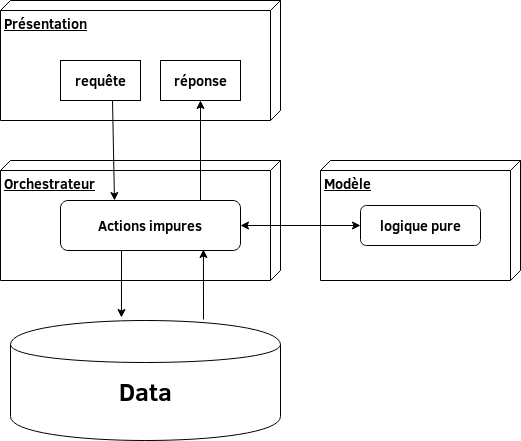
The draw.io diagram fr/fp/img/3pure.png in CexJ/slides-fr-fp, before a commit. Source tidied: cells renumbered, new cells last; positions are measured from the earlier drawing's top-left corner, leaving out a move shared by most shapes. Source of this version:
```xml
<mxGraphModel background="#ffffff">
  <root>
    <mxCell id="0" />
    <mxCell id="1" parent="0" />
    <mxCell id="2" value="&lt;font style=&quot;font-size: 14px&quot;&gt;&lt;b&gt;Présentation&lt;/b&gt;&lt;/font&gt;" style="verticalAlign=top;align=left;spacingTop=8;spacingLeft=2;spacingRight=12;shape=cube;size=10;direction=south;fontStyle=4;html=1;rounded=0;shadow=0;comic=0;labelBackgroundColor=none;strokeWidth=1;fontFamily=Verdana;fontSize=12;" parent="1" vertex="1">
      <mxGeometry width="280" height="120" as="geometry" />
    </mxCell>
    <mxCell id="3" value="&lt;font style=&quot;font-size: 14px&quot;&gt;&lt;b&gt;&lt;span class=&quot;tlid-translation translation&quot; lang=&quot;fr&quot;&gt;Orchestrateur&lt;/span&gt;&lt;span class=&quot;tlid-translation-gender-indicator translation-gender-indicator&quot;&gt;&lt;/span&gt;&lt;/b&gt;&lt;/font&gt;" style="verticalAlign=top;align=left;spacingTop=8;spacingLeft=2;spacingRight=12;shape=cube;size=10;direction=south;fontStyle=4;html=1;rounded=0;shadow=0;comic=0;labelBackgroundColor=none;strokeWidth=1;fontFamily=Verdana;fontSize=12;" parent="1" vertex="1">
      <mxGeometry y="160" width="280" height="120" as="geometry" />
    </mxCell>
    <mxCell id="4" value="&lt;font style=&quot;font-size: 14px&quot;&gt;&lt;b&gt;&lt;span class=&quot;tlid-translation translation&quot; lang=&quot;fr&quot;&gt;&lt;span title=&quot;&quot; class=&quot;alt-edited&quot;&gt;requête&lt;/span&gt;&lt;/span&gt;&lt;/b&gt;&lt;/font&gt;" style="rounded=0;whiteSpace=wrap;html=1;" parent="1" vertex="1">
      <mxGeometry x="60" y="60" width="80" height="40" as="geometry" />
    </mxCell>
    <mxCell id="5" value="&lt;font size=&quot;1&quot;&gt;&lt;b&gt;&lt;span class=&quot;tlid-translation translation&quot; lang=&quot;fr&quot;&gt;&lt;span title=&quot;&quot; class=&quot;alt-edited&quot; style=&quot;font-size: 14px&quot;&gt;réponse&lt;/span&gt;&lt;/span&gt;&lt;/b&gt;&lt;/font&gt;" style="rounded=0;whiteSpace=wrap;html=1;" parent="1" vertex="1">
      <mxGeometry x="160" y="60" width="80" height="40" as="geometry" />
    </mxCell>
    <mxCell id="6" value="&lt;font size=&quot;1&quot;&gt;&lt;b style=&quot;font-size: 14px&quot;&gt;Actions impures&lt;/b&gt;&lt;/font&gt;" style="rounded=1;whiteSpace=wrap;html=1;" parent="1" vertex="1">
      <mxGeometry x="60" y="200" width="180" height="50" as="geometry" />
    </mxCell>
    <mxCell id="7" style="endArrow=classic;html=1;entryX=0.411;entryY=-0.025;entryDx=0;entryDy=0;entryPerimeter=0;" parent="1" edge="1" target="8">
      <mxGeometry relative="1" as="geometry">
        <mxPoint x="121" y="250" as="sourcePoint" />
      </mxGeometry>
    </mxCell>
    <mxCell id="8" value="&lt;div&gt;&lt;font size=&quot;1&quot;&gt;&lt;b style=&quot;font-size: 25px&quot;&gt;Data&lt;/b&gt;&lt;/font&gt;&lt;/div&gt;&lt;div&gt;&lt;br&gt;&lt;/div&gt;" style="shape=cylinder;whiteSpace=wrap;html=1;boundedLbl=1;backgroundOutline=1;" parent="1" vertex="1">
      <mxGeometry x="10" y="320" width="270" height="120" as="geometry" />
    </mxCell>
    <mxCell id="9" style="endArrow=classic;html=1;entryX=0.794;entryY=0.98;entryDx=0;entryDy=0;entryPerimeter=0;" parent="1" edge="1" target="6">
      <mxGeometry relative="1" as="geometry">
        <mxPoint x="203" y="319" as="sourcePoint" />
      </mxGeometry>
    </mxCell>
    <mxCell id="10" style="endArrow=classic;html=1;" parent="1" edge="1" target="5">
      <mxGeometry relative="1" as="geometry">
        <mxPoint x="200" y="200" as="sourcePoint" />
      </mxGeometry>
    </mxCell>
    <mxCell id="11" value="&lt;font size=&quot;1&quot;&gt;&lt;b&gt;&lt;span class=&quot;tlid-translation translation&quot; lang=&quot;fr&quot;&gt;&lt;span title=&quot;&quot; class=&quot;&quot; style=&quot;font-size: 14px&quot;&gt;Modèle&lt;/span&gt;&lt;/span&gt;&lt;/b&gt;&lt;/font&gt;" style="verticalAlign=top;align=left;spacingTop=8;spacingLeft=2;spacingRight=12;shape=cube;size=10;direction=south;fontStyle=4;html=1;rounded=0;shadow=0;comic=0;labelBackgroundColor=none;strokeWidth=1;fontFamily=Verdana;fontSize=12;" parent="1" vertex="1">
      <mxGeometry x="320" y="160" width="200" height="120" as="geometry" />
    </mxCell>
    <mxCell id="12" value="&lt;b&gt;&lt;font style=&quot;font-size: 14px&quot;&gt;&lt;font style=&quot;font-size: 14px&quot;&gt;logique&lt;/font&gt; &lt;font style=&quot;font-size: 14px&quot;&gt;pure&lt;/font&gt;&lt;/font&gt;&lt;/b&gt;" style="rounded=1;whiteSpace=wrap;html=1;" parent="1" vertex="1">
      <mxGeometry x="360" y="205" width="120" height="40" as="geometry" />
    </mxCell>
    <mxCell id="13" style="endArrow=classic;startArrow=classic;html=1;entryX=0;entryY=0.5;entryDx=0;entryDy=0;exitX=1;exitY=0.5;exitDx=0;exitDy=0;" parent="1" edge="1" source="6" target="12">
      <mxGeometry relative="1" as="geometry" />
    </mxCell>
    <mxCell id="14" style="endArrow=classic;html=1;exitX=0.65;exitY=1;exitDx=0;exitDy=0;entryX=0.3;entryY=0;entryDx=0;entryDy=0;entryPerimeter=0;exitPerimeter=0;" parent="1" edge="1" source="4" target="6">
      <mxGeometry relative="1" as="geometry" />
    </mxCell>
  </root>
</mxGraphModel>
```
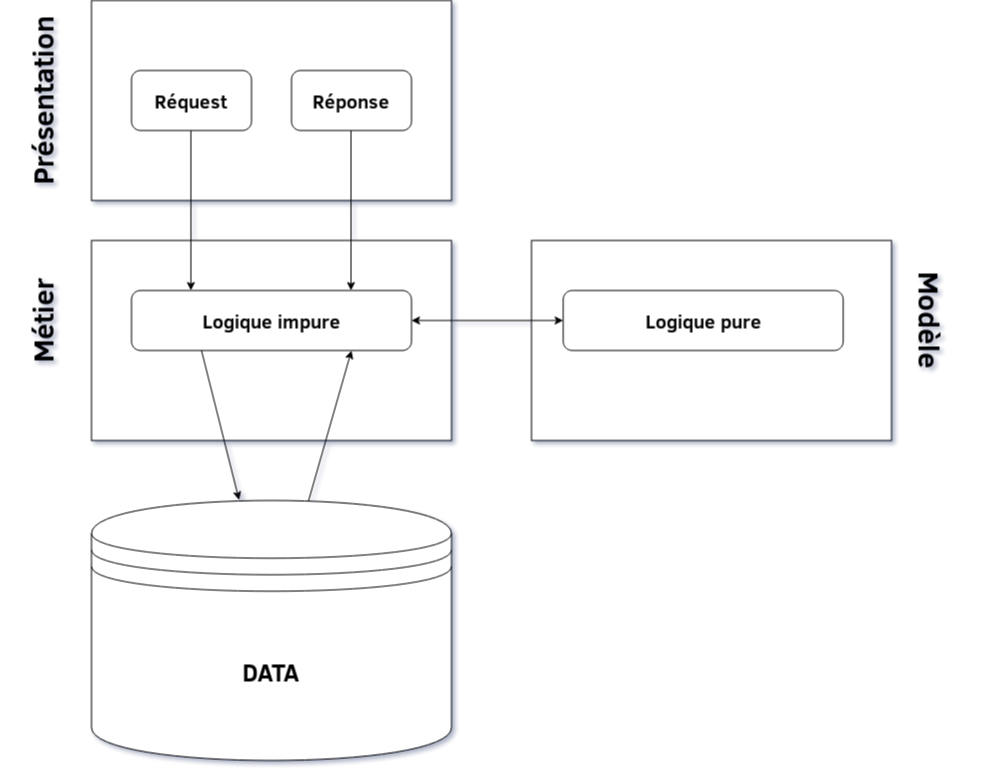
Above is the later version.

Change to the diagram source:
```diff
@@ -2,50 +2,73 @@
   <root>
     <mxCell id="0" />
     <mxCell id="1" parent="0" />
-    <mxCell id="2" value="&lt;font style=&quot;font-size: 14px&quot;&gt;&lt;b&gt;Présentation&lt;/b&gt;&lt;/font&gt;" style="verticalAlign=top;align=left;spacingTop=8;spacingLeft=2;spacingRight=12;shape=cube;size=10;direction=south;fontStyle=4;html=1;rounded=0;shadow=0;comic=0;labelBackgroundColor=none;strokeWidth=1;fontFamily=Verdana;fontSize=12;" parent="1" vertex="1">
-      <mxGeometry width="280" height="120" as="geometry" />
+    <mxCell id="2" value="&lt;h1&gt;DATA&lt;/h1&gt;" style="shape=datastore;whiteSpace=wrap;html=1;" parent="1" vertex="1">
+      <mxGeometry x="200" y="500" width="360" height="260" as="geometry" />
     </mxCell>
-    <mxCell id="3" value="&lt;font style=&quot;font-size: 14px&quot;&gt;&lt;b&gt;&lt;span class=&quot;tlid-translation translation&quot; lang=&quot;fr&quot;&gt;Orchestrateur&lt;/span&gt;&lt;span class=&quot;tlid-translation-gender-indicator translation-gender-indicator&quot;&gt;&lt;/span&gt;&lt;/b&gt;&lt;/font&gt;" style="verticalAlign=top;align=left;spacingTop=8;spacingLeft=2;spacingRight=12;shape=cube;size=10;direction=south;fontStyle=4;html=1;rounded=0;shadow=0;comic=0;labelBackgroundColor=none;strokeWidth=1;fontFamily=Verdana;fontSize=12;" parent="1" vertex="1">
-      <mxGeometry y="160" width="280" height="120" as="geometry" />
+    <mxCell id="3" style="rounded=0;whiteSpace=wrap;html=1;" parent="1" vertex="1">
+      <mxGeometry x="200" width="360" height="200" as="geometry" />
     </mxCell>
-    <mxCell id="4" value="&lt;font style=&quot;font-size: 14px&quot;&gt;&lt;b&gt;&lt;span class=&quot;tlid-translation translation&quot; lang=&quot;fr&quot;&gt;&lt;span title=&quot;&quot; class=&quot;alt-edited&quot;&gt;requête&lt;/span&gt;&lt;/span&gt;&lt;/b&gt;&lt;/font&gt;" style="rounded=0;whiteSpace=wrap;html=1;" parent="1" vertex="1">
-      <mxGeometry x="60" y="60" width="80" height="40" as="geometry" />
+    <mxCell id="4" style="rounded=1;whiteSpace=wrap;html=1;" parent="1" vertex="1">
+      <mxGeometry x="240" y="70" width="120" height="60" as="geometry" />
     </mxCell>
-    <mxCell id="5" value="&lt;font size=&quot;1&quot;&gt;&lt;b&gt;&lt;span class=&quot;tlid-translation translation&quot; lang=&quot;fr&quot;&gt;&lt;span title=&quot;&quot; class=&quot;alt-edited&quot; style=&quot;font-size: 14px&quot;&gt;réponse&lt;/span&gt;&lt;/span&gt;&lt;/b&gt;&lt;/font&gt;" style="rounded=0;whiteSpace=wrap;html=1;" parent="1" vertex="1">
-      <mxGeometry x="160" y="60" width="80" height="40" as="geometry" />
+    <mxCell id="5" style="rounded=1;whiteSpace=wrap;html=1;" parent="1" vertex="1">
+      <mxGeometry x="400" y="70" width="120" height="60" as="geometry" />
     </mxCell>
-    <mxCell id="6" value="&lt;font size=&quot;1&quot;&gt;&lt;b style=&quot;font-size: 14px&quot;&gt;Actions impures&lt;/b&gt;&lt;/font&gt;" style="rounded=1;whiteSpace=wrap;html=1;" parent="1" vertex="1">
-      <mxGeometry x="60" y="200" width="180" height="50" as="geometry" />
+    <mxCell id="6" style="rounded=0;whiteSpace=wrap;html=1;" parent="1" vertex="1">
+      <mxGeometry x="200" y="240" width="360" height="200" as="geometry" />
     </mxCell>
-    <mxCell id="7" style="endArrow=classic;html=1;entryX=0.411;entryY=-0.025;entryDx=0;entryDy=0;entryPerimeter=0;" parent="1" edge="1" target="8">
-      <mxGeometry relative="1" as="geometry">
-        <mxPoint x="121" y="250" as="sourcePoint" />
-      </mxGeometry>
+    <mxCell id="7" style="rounded=1;whiteSpace=wrap;html=1;" parent="1" vertex="1">
+      <mxGeometry x="240" y="290" width="280" height="60" as="geometry" />
     </mxCell>
-    <mxCell id="8" value="&lt;div&gt;&lt;font size=&quot;1&quot;&gt;&lt;b style=&quot;font-size: 25px&quot;&gt;Data&lt;/b&gt;&lt;/font&gt;&lt;/div&gt;&lt;div&gt;&lt;br&gt;&lt;/div&gt;" style="shape=cylinder;whiteSpace=wrap;html=1;boundedLbl=1;backgroundOutline=1;" parent="1" vertex="1">
-      <mxGeometry x="10" y="320" width="270" height="120" as="geometry" />
+    <mxCell id="8" style="endArrow=classic;html=1;entryX=0.5;entryY=1;entryDx=0;entryDy=0;" parent="1" edge="1" source="2">
+      <mxGeometry relative="1" as="geometry">
+        <mxPoint x="460" y="350" as="targetPoint" />
+      </mxGeometry>
     </mxCell>
-    <mxCell id="9" style="endArrow=classic;html=1;entryX=0.794;entryY=0.98;entryDx=0;entryDy=0;entryPerimeter=0;" parent="1" edge="1" target="6">
-      <mxGeometry relative="1" as="geometry">
-        <mxPoint x="203" y="319" as="sourcePoint" />
-      </mxGeometry>
+    <mxCell id="9" value="&lt;h3 style=&quot;font-size: 19px;&quot;&gt;Réquest&lt;/h3&gt;" style="text;html=1;strokeColor=none;fillColor=none;align=center;verticalAlign=middle;whiteSpace=wrap;rounded=0;fontSize=19;fontStyle=1;" parent="1" vertex="1">
+      <mxGeometry x="275" y="90" width="50" height="20" as="geometry" />
     </mxCell>
-    <mxCell id="10" style="endArrow=classic;html=1;" parent="1" edge="1" target="5">
-      <mxGeometry relative="1" as="geometry">
-        <mxPoint x="200" y="200" as="sourcePoint" />
-      </mxGeometry>
+    <mxCell id="10" value="&lt;div&gt;Réponse&lt;/div&gt;" style="text;html=1;strokeColor=none;fillColor=none;align=center;verticalAlign=middle;whiteSpace=wrap;rounded=0;fontSize=19;fontStyle=1;" parent="1" vertex="1">
+      <mxGeometry x="435" y="90" width="50" height="20" as="geometry" />
     </mxCell>
-    <mxCell id="11" value="&lt;font size=&quot;1&quot;&gt;&lt;b&gt;&lt;span class=&quot;tlid-translation translation&quot; lang=&quot;fr&quot;&gt;&lt;span title=&quot;&quot; class=&quot;&quot; style=&quot;font-size: 14px&quot;&gt;Modèle&lt;/span&gt;&lt;/span&gt;&lt;/b&gt;&lt;/font&gt;" style="verticalAlign=top;align=left;spacingTop=8;spacingLeft=2;spacingRight=12;shape=cube;size=10;direction=south;fontStyle=4;html=1;rounded=0;shadow=0;comic=0;labelBackgroundColor=none;strokeWidth=1;fontFamily=Verdana;fontSize=12;" parent="1" vertex="1">
-      <mxGeometry x="320" y="160" width="200" height="120" as="geometry" />
+    <mxCell id="11" value="&lt;div&gt;&lt;h2&gt;Présentation&lt;/h2&gt;&lt;/div&gt;" style="text;html=1;strokeColor=none;fillColor=none;align=center;verticalAlign=middle;whiteSpace=wrap;rounded=0;fontSize=19;rotation=270;" parent="1" vertex="1">
+      <mxGeometry x="130" y="90" width="40" height="20" as="geometry" />
     </mxCell>
-    <mxCell id="12" value="&lt;b&gt;&lt;font style=&quot;font-size: 14px&quot;&gt;&lt;font style=&quot;font-size: 14px&quot;&gt;logique&lt;/font&gt; &lt;font style=&quot;font-size: 14px&quot;&gt;pure&lt;/font&gt;&lt;/font&gt;&lt;/b&gt;" style="rounded=1;whiteSpace=wrap;html=1;" parent="1" vertex="1">
-      <mxGeometry x="360" y="205" width="120" height="40" as="geometry" />
+    <mxCell id="12" value="&lt;h2&gt;Métier&lt;/h2&gt;" style="text;html=1;strokeColor=none;fillColor=none;align=center;verticalAlign=middle;whiteSpace=wrap;rounded=0;fontSize=19;rotation=270;" parent="1" vertex="1">
+      <mxGeometry x="130" y="310" width="40" height="20" as="geometry" />
     </mxCell>
-    <mxCell id="13" style="endArrow=classic;startArrow=classic;html=1;entryX=0;entryY=0.5;entryDx=0;entryDy=0;exitX=1;exitY=0.5;exitDx=0;exitDy=0;" parent="1" edge="1" source="6" target="12">
-      <mxGeometry relative="1" as="geometry" />
+    <mxCell id="13" style="endArrow=classic;html=1;fontSize=19;entryX=0.5;entryY=0;entryDx=0;entryDy=0;" parent="1" edge="1">
+      <mxGeometry relative="1" as="geometry">
+        <mxPoint x="459.5" y="130" as="sourcePoint" />
+        <mxPoint x="459.5" y="290" as="targetPoint" />
+      </mxGeometry>
     </mxCell>
-    <mxCell id="14" style="endArrow=classic;html=1;exitX=0.65;exitY=1;exitDx=0;exitDy=0;entryX=0.3;entryY=0;entryDx=0;entryDy=0;entryPerimeter=0;exitPerimeter=0;" parent="1" edge="1" source="4" target="6">
-      <mxGeometry relative="1" as="geometry" />
+    <mxCell id="14" style="rounded=0;whiteSpace=wrap;html=1;" parent="1" vertex="1">
+      <mxGeometry x="640" y="240" width="360" height="200" as="geometry" />
     </mxCell>
+    <mxCell id="15" style="endArrow=classic;html=1;fontSize=19;entryX=0.5;entryY=0;entryDx=0;entryDy=0;" parent="1" edge="1">
+      <mxGeometry relative="1" as="geometry">
+        <mxPoint x="299.4" y="130" as="sourcePoint" />
+        <mxPoint x="299.4" y="290" as="targetPoint" />
+      </mxGeometry>
+    </mxCell>
+    <mxCell id="16" style="endArrow=classic;html=1;fontSize=19;exitX=0.25;exitY=1;exitDx=0;exitDy=0;entryX=0.41;entryY=-0.002;entryDx=0;entryDy=0;entryPerimeter=0;" parent="1" edge="1" source="7" target="2">
+      <mxGeometry relative="1" as="geometry" />
+    </mxCell>
+    <mxCell id="17" value="Logique impure" style="text;html=1;strokeColor=none;fillColor=none;align=center;verticalAlign=middle;whiteSpace=wrap;rounded=0;fontSize=19;fontStyle=1;" parent="1" vertex="1">
+      <mxGeometry x="290" y="305" width="180" height="30" as="geometry" />
+    </mxCell>
+    <mxCell id="18" style="rounded=1;whiteSpace=wrap;html=1;" parent="1" vertex="1">
+      <mxGeometry x="671.7" y="290" width="280" height="60" as="geometry" />
+    </mxCell>
+    <mxCell id="19" value="Logique pure" style="text;html=1;strokeColor=none;fillColor=none;align=center;verticalAlign=middle;whiteSpace=wrap;rounded=0;fontSize=19;fontStyle=1;" parent="1" vertex="1">
+      <mxGeometry x="721.7" y="305" width="180" height="30" as="geometry" />
+    </mxCell>
+    <mxCell id="20" style="endArrow=classic;startArrow=classic;html=1;fontSize=19;entryX=0;entryY=0.5;entryDx=0;entryDy=0;exitX=1;exitY=0.5;exitDx=0;exitDy=0;" parent="1" edge="1" source="7" target="18">
+      <mxGeometry relative="1" as="geometry" />
+    </mxCell>
+    <mxCell id="21" value="&lt;h2&gt;Modèle&lt;/h2&gt;" style="text;html=1;strokeColor=none;fillColor=none;align=center;verticalAlign=middle;whiteSpace=wrap;rounded=0;fontSize=19;rotation=90;" parent="1" vertex="1">
+      <mxGeometry x="1020" y="310" width="40" height="20" as="geometry" />
+    </mxCell>
   </root>
 </mxGraphModel>
```
